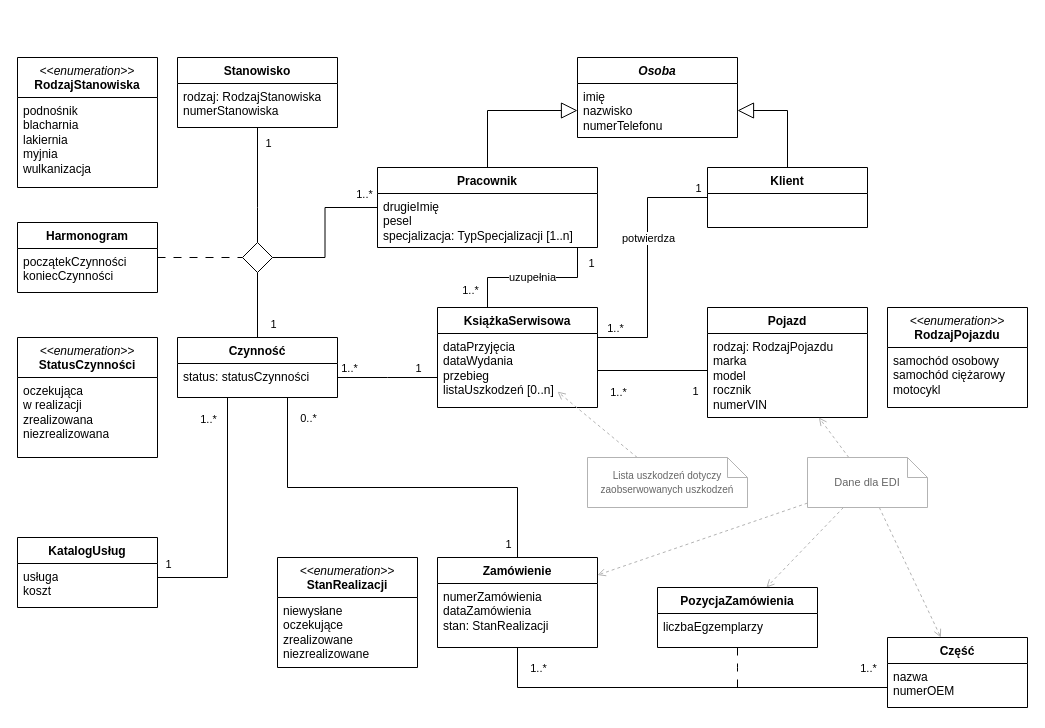
Before: model_koncepcyjny/drawio/MODA4_koncepcyjny.drawio in SSwiatlak/IT_SYSTEM_FOR_CAR_WORKSHOPS, a draw.io diagram. Source tidied: cells renumbered, new cells numbered last; positions are measured from the earlier drawing's top-left corner, leaving out a move shared by most shapes. Both pictures are drawn from the tidied source at 100%, with x=0, y=0 at pixel (17, 57).
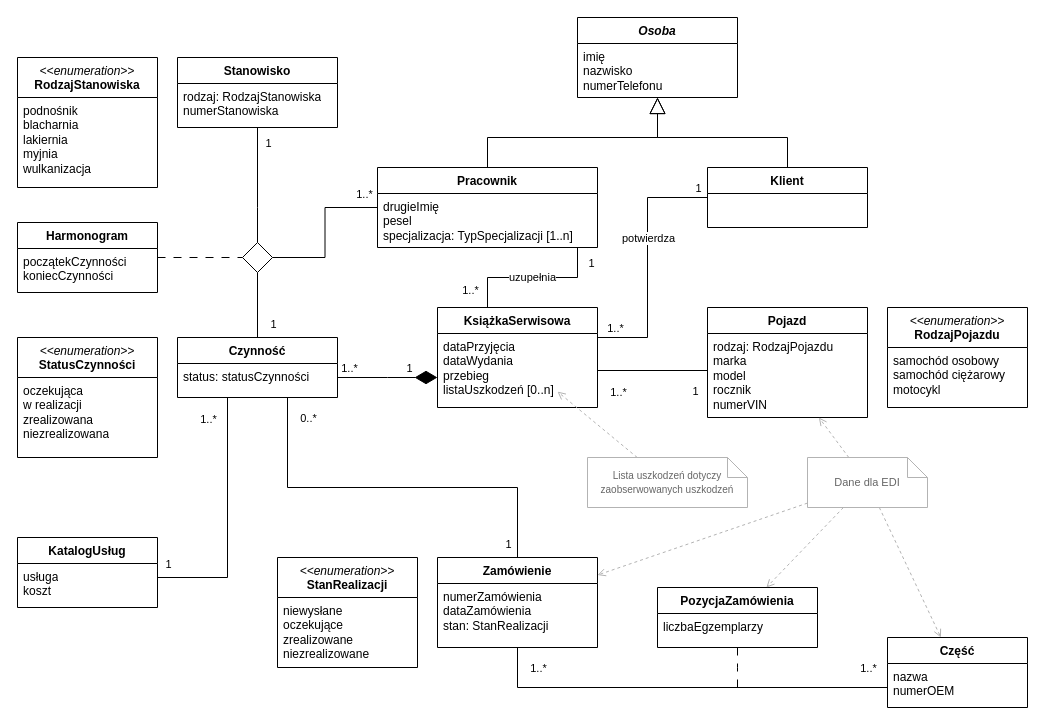
After the change.

Commit message (it also covers changes not shown here):
Kompozycja KsiążkaSerwisowa - Czynność

Unchanged cells that the change refers to:
```xml
<mxCell id="17" value="Pracownik" style="swimlane;fontStyle=1;align=center;verticalAlign=top;horizontal=1;startSize=26;whiteSpace=wrap;html=1;" parent="1" vertex="1">
  <mxGeometry x="360" y="110" width="220" height="80" as="geometry" />
</mxCell>
<mxCell id="20" value="&lt;span&gt;&lt;/span&gt;imię&lt;div&gt;nazwisko&lt;div&gt;numerTelefonu&lt;/div&gt;&lt;/div&gt;" style="text;strokeColor=none;fillColor=none;align=left;verticalAlign=top;spacingLeft=4;spacingRight=4;overflow=hidden;points=[[0,0.5],[1,0.5]];portConstraint=eastwest;whiteSpace=wrap;html=1;" parent="19" vertex="1">
  <mxGeometry y="26" width="160" height="54" as="geometry" />
</mxCell>
<mxCell id="25" value="Klient" style="swimlane;fontStyle=1;align=center;verticalAlign=top;horizontal=1;startSize=26;whiteSpace=wrap;html=1;" parent="1" vertex="1">
  <mxGeometry x="690" y="110" width="160" height="60" as="geometry" />
</mxCell>
<mxCell id="34" value="KsiążkaSerwisowa" style="swimlane;fontStyle=1;align=center;verticalAlign=top;horizontal=1;startSize=26;whiteSpace=wrap;html=1;" parent="1" vertex="1">
  <mxGeometry x="420" y="250" width="160" height="100" as="geometry" />
</mxCell>
<mxCell id="40" value="Czynność" style="swimlane;fontStyle=1;align=center;verticalAlign=top;horizontal=1;startSize=26;whiteSpace=wrap;html=1;" parent="37" vertex="1">
  <mxGeometry x="160" width="160" height="60" as="geometry" />
</mxCell>
```

Change to the diagram source:
```diff
@@
     <mxCell id="19" value="&lt;i&gt;Osoba&lt;/i&gt;" style="swimlane;fontStyle=1;align=center;verticalAlign=top;horizontal=1;startSize=26;whiteSpace=wrap;html=1;" parent="1" vertex="1">
-      <mxGeometry x="560" width="160" height="80" as="geometry" />
+      <mxGeometry x="560" y="-40" width="160" height="80" as="geometry" />
     </mxCell>
@@
     <mxCell id="26" style="edgeStyle=orthogonalEdgeStyle;rounded=0;jettySize=auto;html=1;endArrow=none;endFill=0;startArrow=block;startFill=0;jumpSize=7;endSize=8;startSize=14;" parent="1" edge="1" source="20" target="17">
-      <mxGeometry relative="1" as="geometry" />
+      <mxGeometry relative="1" as="geometry">
+        <Array as="points">
+          <mxPoint x="640" y="80" />
+          <mxPoint x="470" y="80" />
+        </Array>
+      </mxGeometry>
     </mxCell>
     <mxCell id="27" style="edgeStyle=orthogonalEdgeStyle;rounded=0;jettySize=auto;html=1;endArrow=none;endFill=0;startArrow=block;startFill=0;endSize=14;startSize=14;" parent="1" edge="1" source="20" target="25">
-      <mxGeometry relative="1" as="geometry" />
+      <mxGeometry relative="1" as="geometry">
+        <Array as="points">
+          <mxPoint x="640" y="80" />
+          <mxPoint x="770" y="80" />
+        </Array>
+      </mxGeometry>
     </mxCell>
@@
-    <mxCell id="31" style="edgeStyle=orthogonalEdgeStyle;rounded=0;jettySize=auto;html=1;endArrow=none;endFill=0;startArrow=none;startFill=0;endSize=8;startSize=12;" parent="1" edge="1" source="34" target="40">
+    <mxCell id="31" style="edgeStyle=orthogonalEdgeStyle;rounded=0;jettySize=auto;html=1;endArrow=none;endFill=0;startArrow=diamondThin;startFill=1;endSize=8;startSize=20;" parent="1" edge="1" source="34" target="40">
       <mxGeometry relative="1" as="geometry">
         <Array as="points">
           <mxPoint x="370" y="320" />
           <mxPoint x="370" y="320" />
         </Array>
       </mxGeometry>
     </mxCell>
     <mxCell id="32" value="1" style="edgeLabel;html=1;align=center;verticalAlign=middle;" parent="31" vertex="1">
       <mxGeometry x="-0.55" y="-2" relative="1" as="geometry">
-        <mxPoint x="2" y="-8" as="offset" />
+        <mxPoint x="-7" y="-8" as="offset" />
       </mxGeometry>
     </mxCell>
```
